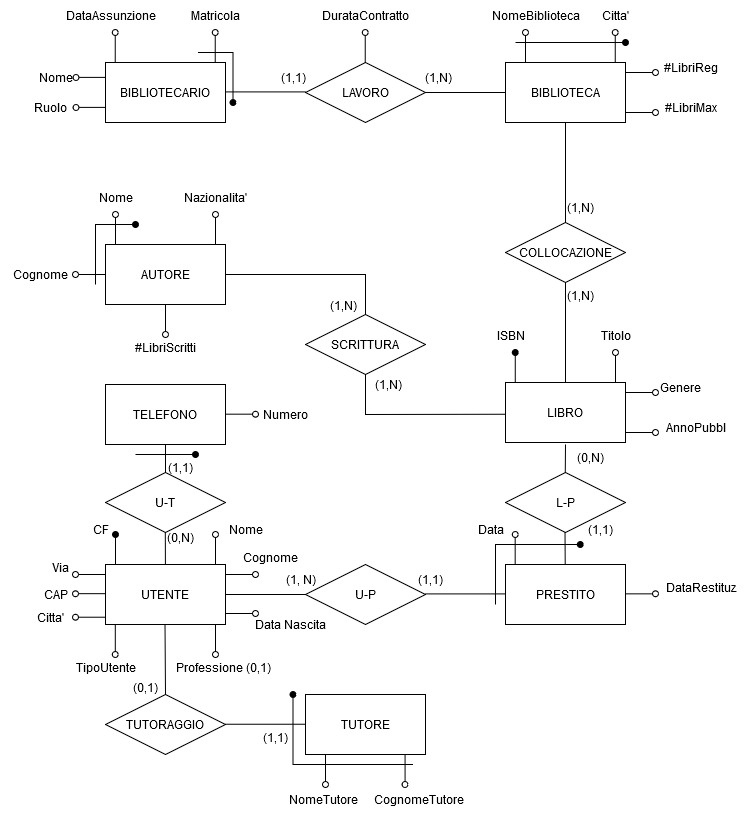
Above: Biblioteca Ristrutturata.drawio.png in alexbnls/BasiDati (draw.io), before the change. Source tidied: cells renumbered, new cells last; positions are measured from the earlier drawing's top-left corner, leaving out a move shared by most shapes.
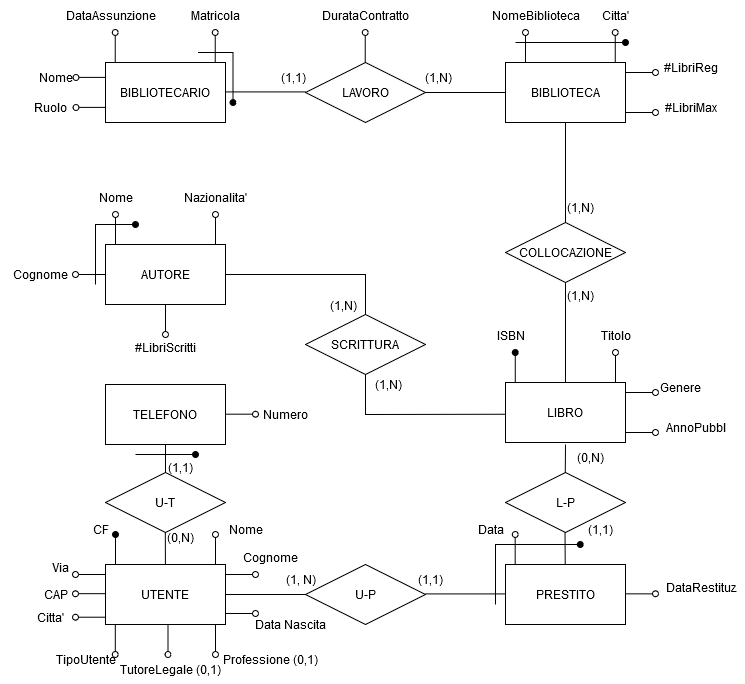
After the change.

What changed in the source:
```diff
@@ -322,12 +322,6 @@
         <mxPoint x="215" y="654" as="targetPoint" />
       </mxGeometry>
     </mxCell>
-    <mxCell id="77" value="NomeTutore" style="text;html=1;align=center;verticalAlign=middle;strokeColor=none;fillColor=none;" parent="1" vertex="1">
-      <mxGeometry x="277.5" y="784" width="90" height="30" as="geometry" />
-    </mxCell>
-    <mxCell id="78" value="CognomeTutore" style="text;html=1;align=center;verticalAlign=middle;strokeColor=none;fillColor=none;" parent="1" vertex="1">
-      <mxGeometry x="362.5" y="784" width="110" height="30" as="geometry" />
-    </mxCell>
     <mxCell id="79" style="endArrow=oval;html=1;rounded=0;endFill=0;" parent="1" edge="1">
       <mxGeometry relative="1" as="geometry">
         <mxPoint x="165" y="304" as="sourcePoint" />
@@ -381,10 +375,10 @@
       </mxGeometry>
     </mxCell>
     <mxCell id="91" value="TipoUtente" style="text;html=1;align=center;verticalAlign=middle;strokeColor=none;fillColor=none;" parent="1" vertex="1">
-      <mxGeometry x="65" y="652" width="80" height="30" as="geometry" />
+      <mxGeometry x="45" y="644" width="80" height="30" as="geometry" />
     </mxCell>
     <mxCell id="92" value="Professione (0,1)" style="text;html=1;align=center;verticalAlign=middle;strokeColor=none;fillColor=none;" parent="1" vertex="1">
-      <mxGeometry x="167.5" y="652" width="110" height="30" as="geometry" />
+      <mxGeometry x="215" y="644" width="110" height="30" as="geometry" />
     </mxCell>
     <mxCell id="93" style="endArrow=none;html=1;rounded=0;exitX=1;exitY=0.5;exitDx=0;exitDy=0;" parent="1" edge="1">
       <mxGeometry relative="1" as="geometry">
@@ -451,52 +445,6 @@
         <mxPoint x="75.4" y="106.9" as="targetPoint" />
       </mxGeometry>
     </mxCell>
-    <mxCell id="103" style="endArrow=none;html=1;rounded=0;" parent="1" edge="1">
-      <mxGeometry relative="1" as="geometry">
-        <mxPoint x="165" y="694" as="sourcePoint" />
-        <mxPoint x="164.5" y="624" as="targetPoint" />
-      </mxGeometry>
-    </mxCell>
-    <mxCell id="104" value="TUTORAGGIO" style="rhombus;whiteSpace=wrap;html=1;" parent="1" vertex="1">
-      <mxGeometry x="105" y="694" width="120" height="60" as="geometry" />
-    </mxCell>
-    <mxCell id="105" style="endArrow=none;html=1;rounded=0;exitX=1;exitY=0.5;exitDx=0;exitDy=0;" parent="1" edge="1">
-      <mxGeometry relative="1" as="geometry">
-        <mxPoint x="225" y="723.7" as="sourcePoint" />
-        <mxPoint x="305" y="723.7" as="targetPoint" />
-      </mxGeometry>
-    </mxCell>
-    <mxCell id="106" value="TUTORE" style="rounded=0;whiteSpace=wrap;html=1;" parent="1" vertex="1">
-      <mxGeometry x="305" y="694" width="120" height="60" as="geometry" />
-    </mxCell>
-    <mxCell id="107" value="(0,1)" style="text;html=1;align=center;verticalAlign=middle;strokeColor=none;fillColor=none;" parent="1" vertex="1">
-      <mxGeometry x="120" y="672" width="50" height="30" as="geometry" />
-    </mxCell>
-    <mxCell id="108" style="endArrow=oval;html=1;rounded=0;endFill=0;" parent="1" edge="1">
-      <mxGeometry relative="1" as="geometry">
-        <mxPoint x="325" y="754" as="sourcePoint" />
-        <mxPoint x="325" y="784" as="targetPoint" />
-      </mxGeometry>
-    </mxCell>
-    <mxCell id="109" style="endArrow=oval;html=1;rounded=0;endFill=0;" parent="1" edge="1">
-      <mxGeometry relative="1" as="geometry">
-        <mxPoint x="404.6" y="754" as="sourcePoint" />
-        <mxPoint x="404.6" y="784" as="targetPoint" />
-      </mxGeometry>
-    </mxCell>
-    <mxCell id="110" style="endArrow=oval;html=1;rounded=0;startArrow=none;startFill=0;endFill=1;" parent="1" edge="1">
-      <mxGeometry relative="1" as="geometry">
-        <mxPoint x="412.5" y="764" as="sourcePoint" />
-        <mxPoint x="292.5" y="694" as="targetPoint" />
-        <Array as="points">
-          <mxPoint x="412.5" y="764" />
-          <mxPoint x="292.5" y="764" />
-        </Array>
-      </mxGeometry>
-    </mxCell>
-    <mxCell id="111" value="(1,1)" style="text;html=1;align=center;verticalAlign=middle;strokeColor=none;fillColor=none;" parent="1" vertex="1">
-      <mxGeometry x="250" y="722" width="50" height="30" as="geometry" />
-    </mxCell>
     <mxCell id="112" style="endArrow=oval;html=1;rounded=0;endFill=1;" parent="1" edge="1">
       <mxGeometry relative="1" as="geometry">
         <mxPoint x="197.5" y="52" as="sourcePoint" />
@@ -506,5 +454,14 @@
         </Array>
       </mxGeometry>
     </mxCell>
+    <mxCell id="113" style="endArrow=oval;html=1;rounded=0;endFill=0;" parent="1" edge="1">
+      <mxGeometry relative="1" as="geometry">
+        <mxPoint x="167.5" y="624" as="sourcePoint" />
+        <mxPoint x="167.5" y="654" as="targetPoint" />
+      </mxGeometry>
+    </mxCell>
+    <mxCell id="114" value="TutoreLegale (0,1)" style="text;html=1;align=center;verticalAlign=middle;strokeColor=none;fillColor=none;" parent="1" vertex="1">
+      <mxGeometry x="110" y="654" width="120" height="30" as="geometry" />
+    </mxCell>
   </root>
 </mxGraphModel>
```
